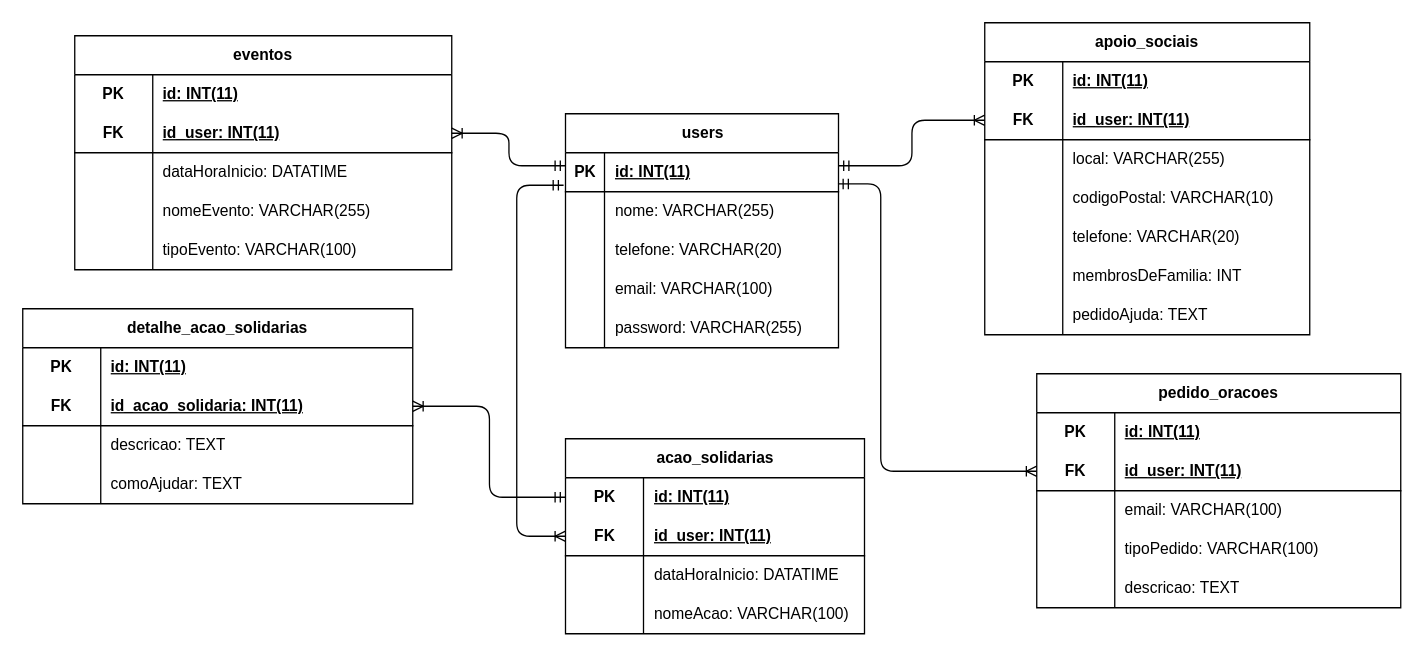
Mariojuniorchimene742/Base_De_Dados_Pap keeps this draw.io diagram as 7_igreja_modeloER.drawio. Above is the earlier version. Source tidied: cells renumbered, new cells numbered last; positions are measured from the earlier drawing's top-left corner, leaving out a move shared by most shapes. Both pictures are drawn from the tidied source at 130%, with x=0, y=0 at pixel (22, 22).
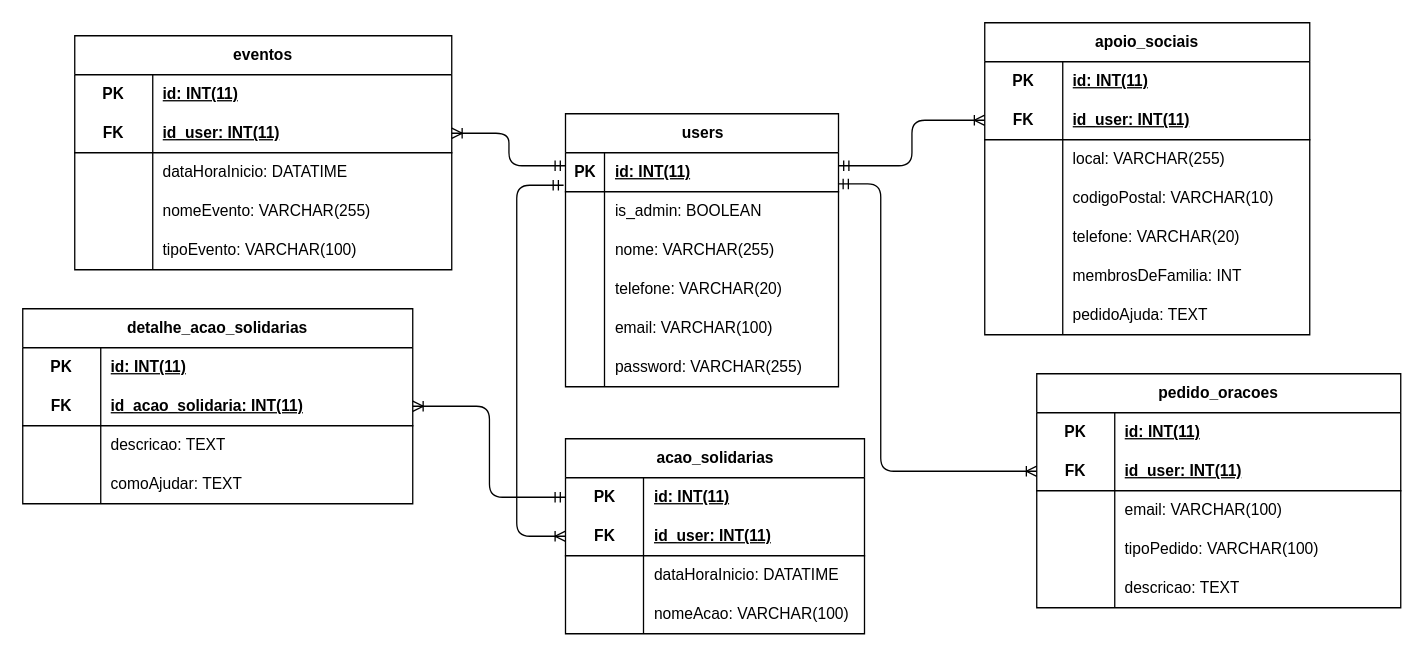
The same page after the edit.

What changed in the source:
```diff
@@
     <mxCell id="2" value="users" style="shape=table;startSize=30;childLayout=tableLayout;rowLines=0;fontStyle=1;align=center;html=1;" parent="1" vertex="1">
-      <mxGeometry x="417.5" y="70" width="210" height="180" as="geometry" />
+      <mxGeometry x="417.5" y="70" width="210" height="210" as="geometry" />
     </mxCell>
@@
+    <mxCell id="103" style="shape=tableRow;horizontal=0;startSize=0;swimlaneHead=0;swimlaneBody=0;fillColor=none;top=0;left=0;right=0;bottom=0;" parent="2" vertex="1">
+      <mxGeometry y="60" width="210" height="30" as="geometry" />
+    </mxCell>
+    <mxCell id="104" style="shape=partialRectangle;fillColor=none;top=0;left=0;bottom=0;right=0;overflow=hidden;whiteSpace=wrap;html=1;" parent="103" vertex="1">
+      <mxGeometry width="30" height="30" as="geometry" />
+    </mxCell>
+    <mxCell id="105" value="is_admin: BOOLEAN" style="shape=partialRectangle;fillColor=none;top=0;left=0;bottom=0;right=0;align=left;spacingLeft=6;overflow=hidden;whiteSpace=wrap;html=1;" parent="103" vertex="1">
+      <mxGeometry x="30" width="180" height="30" as="geometry" />
+    </mxCell>
     <mxCell id="6" style="shape=tableRow;horizontal=0;startSize=0;swimlaneHead=0;swimlaneBody=0;fillColor=none;top=0;left=0;right=0;bottom=0;" parent="2" vertex="1">
-      <mxGeometry y="60" width="210" height="30" as="geometry" />
+      <mxGeometry y="90" width="210" height="30" as="geometry" />
     </mxCell>
@@
     <mxCell id="9" style="shape=tableRow;horizontal=0;startSize=0;swimlaneHead=0;swimlaneBody=0;fillColor=none;top=0;left=0;right=0;bottom=0;" parent="2" vertex="1">
-      <mxGeometry y="90" width="210" height="30" as="geometry" />
+      <mxGeometry y="120" width="210" height="30" as="geometry" />
     </mxCell>
@@
     <mxCell id="12" style="shape=tableRow;horizontal=0;startSize=0;swimlaneHead=0;swimlaneBody=0;fillColor=none;top=0;left=0;right=0;bottom=0;" parent="2" vertex="1">
-      <mxGeometry y="120" width="210" height="30" as="geometry" />
+      <mxGeometry y="150" width="210" height="30" as="geometry" />
     </mxCell>
@@
     <mxCell id="15" style="shape=tableRow;horizontal=0;startSize=0;swimlaneHead=0;swimlaneBody=0;fillColor=none;top=0;left=0;right=0;bottom=0;" parent="2" vertex="1">
-      <mxGeometry y="150" width="210" height="30" as="geometry" />
+      <mxGeometry y="180" width="210" height="30" as="geometry" />
     </mxCell>
```
